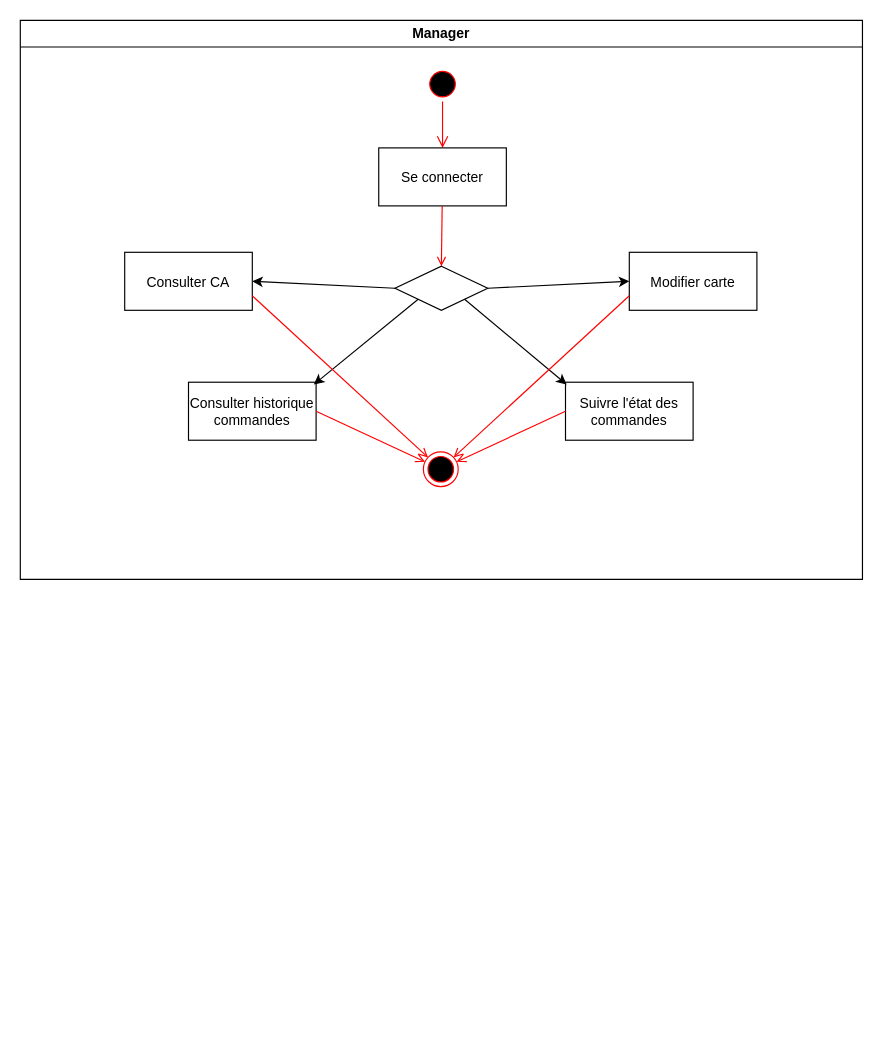
Above: Activity client.drawio in othman3492/p4uml (draw.io), before the change. Source tidied: cells renumbered, new cells numbered last; positions are measured from the earlier drawing's top-left corner, leaving out a move shared by most shapes. Both pictures are drawn from the tidied source at 116%, with x=0, y=0 at pixel (20, 20).
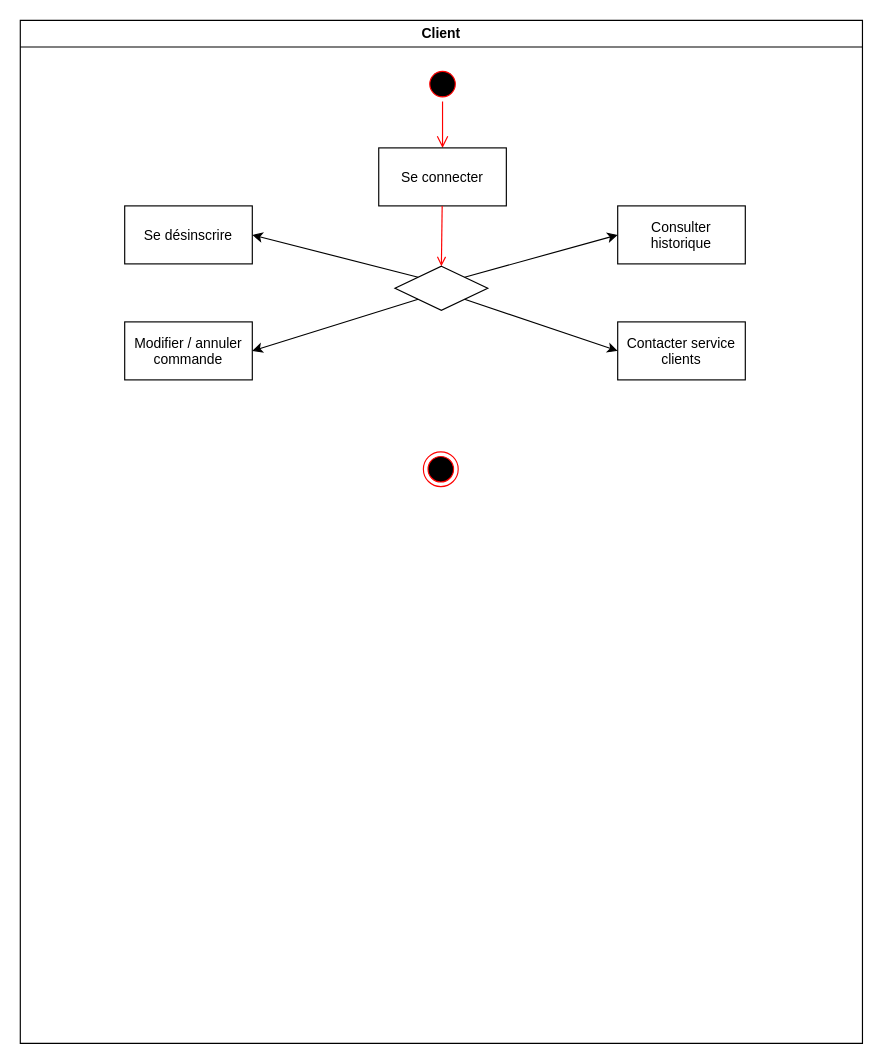
After the change.

The change refers to these unchanged cells:
```xml
<mxCell id="8" style="rhombus;whiteSpace=wrap;html=1;" parent="2" vertex="1">
  <mxGeometry x="323" y="212" width="80" height="38" as="geometry" />
</mxCell>
<mxCell id="12" style="ellipse;html=1;shape=endState;fillColor=#000000;strokeColor=#ff0000;" parent="2" vertex="1">
  <mxGeometry x="347.5" y="372" width="30" height="30" as="geometry" />
</mxCell>
```

What changed in the source:
```diff
@@
-    <mxCell id="2" value="Manager" style="swimlane;whiteSpace=wrap;startSize=23;" parent="1" vertex="1">
-      <mxGeometry width="726" height="482" as="geometry" />
+    <mxCell id="2" value="Client" style="swimlane;whiteSpace=wrap;startSize=23;" parent="1" vertex="1">
+      <mxGeometry width="726" height="882" as="geometry" />
     </mxCell>
@@
-    <mxCell id="7" value="Consulter CA" parent="2" vertex="1">
-      <mxGeometry x="90" y="200" width="110" height="50" as="geometry" />
+    <mxCell id="7" value="Se désinscrire" parent="2" vertex="1">
+      <mxGeometry x="90" y="160" width="110" height="50" as="geometry" />
     </mxCell>
@@
-    <mxCell id="9" value="Modifier carte" parent="2" vertex="1">
-      <mxGeometry x="525" y="200" width="110" height="50" as="geometry" />
+    <mxCell id="9" value="Consulter&#10;historique" parent="2" vertex="1">
+      <mxGeometry x="515" y="160" width="110" height="50" as="geometry" />
     </mxCell>
-    <mxCell id="10" value="Suivre l'état des&#10;commandes" parent="2" vertex="1">
-      <mxGeometry x="470" y="312" width="110" height="50" as="geometry" />
+    <mxCell id="10" value="Contacter service&#10;clients" parent="2" vertex="1">
+      <mxGeometry x="515" y="260" width="110" height="50" as="geometry" />
     </mxCell>
-    <mxCell id="11" value="Consulter historique&#10;commandes" parent="2" vertex="1">
-      <mxGeometry x="145" y="312" width="110" height="50" as="geometry" />
+    <mxCell id="11" value="Modifier / annuler&#10;commande" parent="2" vertex="1">
+      <mxGeometry x="90" y="260" width="110" height="50" as="geometry" />
     </mxCell>
@@
-    <mxCell id="13" style="endArrow=classic;html=1;exitX=0;exitY=0.5;exitDx=0;exitDy=0;entryX=1;entryY=0.5;entryDx=0;entryDy=0;" parent="2" edge="1" source="8" target="7">
+    <mxCell id="13" style="endArrow=classic;html=1;exitX=0;exitY=0;exitDx=0;exitDy=0;entryX=1;entryY=0.5;entryDx=0;entryDy=0;" parent="2" edge="1" source="8" target="7">
       <mxGeometry relative="1" as="geometry" />
     </mxCell>
-    <mxCell id="14" style="endArrow=classic;html=1;entryX=0;entryY=0.5;entryDx=0;entryDy=0;exitX=1;exitY=0.5;exitDx=0;exitDy=0;" parent="2" edge="1" source="8" target="9">
+    <mxCell id="14" style="endArrow=classic;html=1;entryX=0;entryY=0.5;entryDx=0;entryDy=0;exitX=1;exitY=0;exitDx=0;exitDy=0;" parent="2" edge="1" source="8" target="9">
       <mxGeometry relative="1" as="geometry" />
     </mxCell>
-    <mxCell id="15" style="endArrow=classic;html=1;exitX=0;exitY=1;exitDx=0;exitDy=0;entryX=0.982;entryY=0.04;entryDx=0;entryDy=0;entryPerimeter=0;" parent="2" edge="1" source="8" target="11">
+    <mxCell id="15" style="endArrow=classic;html=1;exitX=0;exitY=1;exitDx=0;exitDy=0;entryX=1;entryY=0.5;entryDx=0;entryDy=0;" parent="2" edge="1" source="8" target="11">
       <mxGeometry relative="1" as="geometry" />
     </mxCell>
-    <mxCell id="16" style="endArrow=classic;html=1;exitX=1;exitY=1;exitDx=0;exitDy=0;entryX=0.009;entryY=0.04;entryDx=0;entryDy=0;entryPerimeter=0;" parent="2" edge="1" source="8" target="10">
+    <mxCell id="16" style="endArrow=classic;html=1;exitX=1;exitY=1;exitDx=0;exitDy=0;entryX=0;entryY=0.5;entryDx=0;entryDy=0;" parent="2" edge="1" source="8" target="10">
       <mxGeometry relative="1" as="geometry" />
     </mxCell>
-    <mxCell id="17" style="endArrow=open;strokeColor=#FF0000;endFill=1;rounded=0;exitX=1;exitY=0.75;exitDx=0;exitDy=0;" parent="2" edge="1" source="7" target="12">
-      <mxGeometry relative="1" as="geometry" />
-    </mxCell>
-    <mxCell id="18" style="endArrow=open;strokeColor=#FF0000;endFill=1;rounded=0;exitX=1;exitY=0.5;exitDx=0;exitDy=0;" parent="2" edge="1" source="11" target="12">
-      <mxGeometry relative="1" as="geometry" />
-    </mxCell>
-    <mxCell id="19" style="endArrow=open;strokeColor=#FF0000;endFill=1;rounded=0;exitX=0;exitY=0.5;exitDx=0;exitDy=0;" parent="2" edge="1" source="10" target="12">
-      <mxGeometry relative="1" as="geometry" />
-    </mxCell>
-    <mxCell id="20" style="endArrow=open;strokeColor=#FF0000;endFill=1;rounded=0;exitX=0;exitY=0.75;exitDx=0;exitDy=0;" parent="2" edge="1" source="9" target="12">
-      <mxGeometry relative="1" as="geometry" />
-    </mxCell>
```
